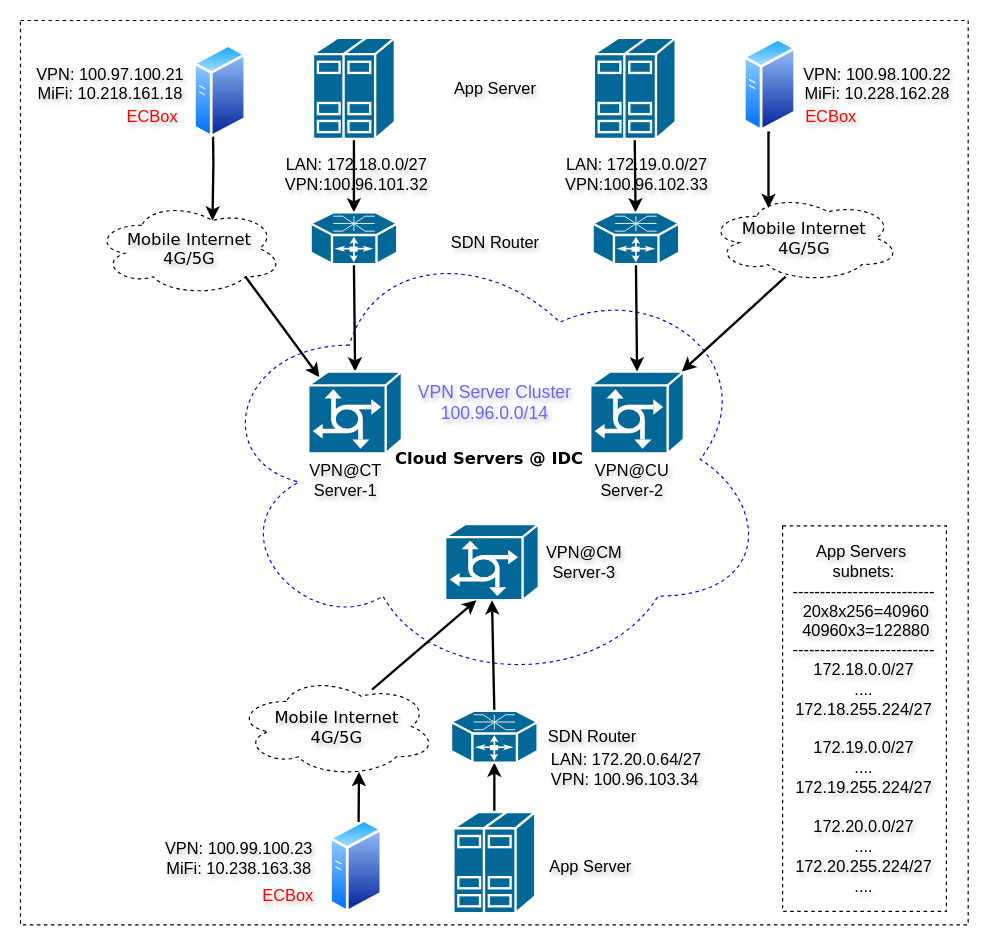
Earlier version of the draw.io diagram Untitled Diagram.drawio (nxtreaming/andy_study). Source tidied: cells renumbered, new cells numbered last; positions are measured from the earlier drawing's top-left corner, leaving out a move shared by most shapes. Both pictures are drawn from the tidied source at 117%, with x=0, y=0 at pixel (20, 20).
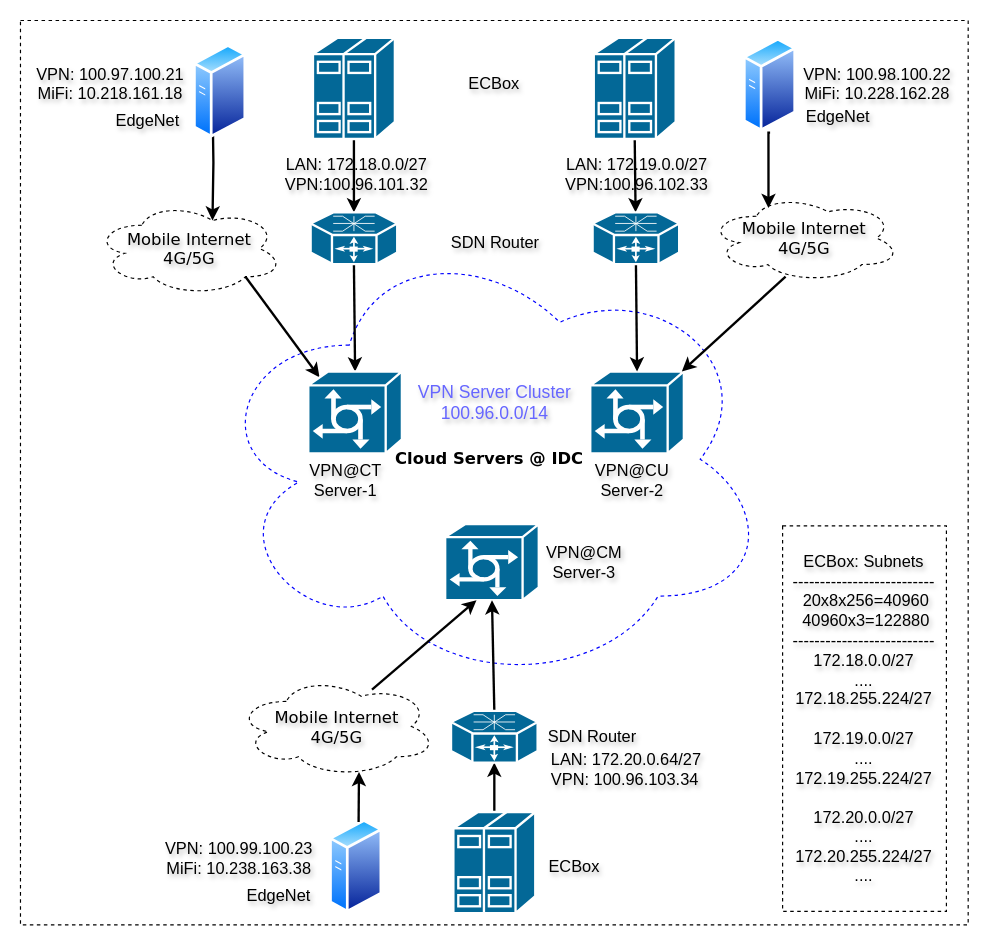
Above is the later version.

Change to the diagram source:
```diff
@@
-    <mxCell id="23" value="&lt;font style=&quot;font-size: 14px;&quot;&gt;App Server&lt;/font&gt;" style="text;strokeColor=none;align=center;fillColor=#FFFFFF;html=1;verticalAlign=middle;whiteSpace=wrap;rounded=0;textShadow=1;" parent="1" vertex="1">
-      <mxGeometry x="355.5" y="43" width="100" height="30" as="geometry" />
+    <mxCell id="23" value="&lt;font style=&quot;font-size: 14px;&quot;&gt;EdgeNet&lt;/font&gt;" style="text;strokeColor=none;align=center;fillColor=#FFFFFF;html=1;verticalAlign=middle;whiteSpace=wrap;rounded=0;textShadow=1;" parent="1" vertex="1">
+      <mxGeometry x="74" y="71.2" width="70" height="30" as="geometry" />
     </mxCell>
@@
-    <mxCell id="33" value="&lt;font style=&quot;font-size: 14px;&quot;&gt;App Server&lt;/font&gt;" style="text;strokeColor=none;align=center;fillColor=#FFFFFF;html=1;verticalAlign=middle;whiteSpace=wrap;rounded=0;textShadow=1;" parent="1" vertex="1">
-      <mxGeometry x="447" y="708" width="81" height="30" as="geometry" />
+    <mxCell id="33" value="&lt;font style=&quot;font-size: 14px;&quot;&gt;ECBox&lt;/font&gt;" style="text;strokeColor=none;align=center;fillColor=#FFFFFF;html=1;verticalAlign=middle;whiteSpace=wrap;rounded=0;textShadow=1;" parent="1" vertex="1">
+      <mxGeometry x="448" y="708" width="51" height="30" as="geometry" />
     </mxCell>
-    <mxCell id="34" value="&lt;div style=&quot;font-size: 14px;&quot;&gt;&lt;font style=&quot;font-size: 14px;&quot;&gt;&lt;span style=&quot;background-color: initial;&quot;&gt;App Servers&amp;nbsp;&lt;/span&gt;&lt;br&gt;&lt;/font&gt;&lt;/div&gt;&lt;div style=&quot;font-size: 14px;&quot;&gt;subnets:&lt;/div&gt;&lt;div style=&quot;font-size: 14px;&quot;&gt;&lt;font style=&quot;font-size: 14px;&quot;&gt;--------------------------&lt;/font&gt;&lt;/div&gt;&lt;div style=&quot;font-size: 14px;&quot;&gt;&lt;font style=&quot;font-size: 14px;&quot;&gt;&amp;nbsp;20x8x256=40960&lt;/font&gt;&lt;/div&gt;&lt;div style=&quot;font-size: 14px;&quot;&gt;&lt;font style=&quot;font-size: 14px;&quot;&gt;&amp;nbsp; 40960x3=12288&lt;/font&gt;&lt;span style=&quot;background-color: initial;&quot;&gt;0&amp;nbsp;&lt;/span&gt;&lt;/div&gt;&lt;div style=&quot;font-size: 14px;&quot;&gt;&lt;span style=&quot;background-color: initial;&quot;&gt;&lt;font style=&quot;font-size: 14px;&quot;&gt;--------------------------&lt;/font&gt;&lt;/span&gt;&lt;/div&gt;&lt;div style=&quot;font-size: 14px;&quot;&gt;&lt;span style=&quot;background-color: initial;&quot;&gt;&lt;font style=&quot;font-size: 14px;&quot;&gt;172.18.0.0/27&lt;/font&gt;&lt;/span&gt;&lt;/div&gt;&lt;div style=&quot;font-size: 14px;&quot;&gt;&lt;span style=&quot;background-color: initial;&quot;&gt;&lt;font style=&quot;font-size: 14px;&quot;&gt;....&lt;/font&gt;&lt;/span&gt;&lt;/div&gt;&lt;div style=&quot;font-size: 14px;&quot;&gt;&lt;span style=&quot;background-color: initial;&quot;&gt;&lt;font style=&quot;font-size: 14px;&quot;&gt;172.18.255.224/27&lt;/font&gt;&lt;/span&gt;&lt;/div&gt;&lt;div style=&quot;font-size: 14px;&quot;&gt;&lt;span style=&quot;background-color: initial;&quot;&gt;&lt;font style=&quot;font-size: 14px;&quot;&gt;&lt;br&gt;&lt;/font&gt;&lt;/span&gt;&lt;/div&gt;&lt;div style=&quot;font-size: 14px;&quot;&gt;&lt;span style=&quot;background-color: initial;&quot;&gt;&lt;font style=&quot;font-size: 14px;&quot;&gt;172.19.0.0/27&lt;/font&gt;&lt;/span&gt;&lt;/div&gt;&lt;div style=&quot;font-size: 14px;&quot;&gt;&lt;span style=&quot;background-color: initial;&quot;&gt;&lt;font style=&quot;font-size: 14px;&quot;&gt;....&lt;/font&gt;&lt;/span&gt;&lt;/div&gt;&lt;div style=&quot;font-size: 14px;&quot;&gt;&lt;span style=&quot;background-color: initial;&quot;&gt;&lt;font style=&quot;font-size: 14px;&quot;&gt;172.19.255.224/27&lt;/font&gt;&lt;/span&gt;&lt;/div&gt;&lt;div style=&quot;font-size: 14px;&quot;&gt;&lt;span style=&quot;background-color: initial;&quot;&gt;&lt;font style=&quot;font-size: 14px;&quot;&gt;&lt;br&gt;&lt;/font&gt;&lt;/span&gt;&lt;/div&gt;&lt;div style=&quot;font-size: 14px;&quot;&gt;&lt;font style=&quot;font-size: 14px;&quot;&gt;172.20.0.0/27&lt;/font&gt;&lt;/div&gt;&lt;div style=&quot;font-size: 14px;&quot;&gt;&lt;font style=&quot;font-size: 14px;&quot;&gt;....&lt;/font&gt;&lt;/div&gt;&lt;div style=&quot;font-size: 14px;&quot;&gt;&lt;font style=&quot;font-size: 14px;&quot;&gt;172.20.255.224/27&lt;/font&gt;&lt;/div&gt;&lt;div style=&quot;font-size: 14px;&quot;&gt;&lt;font style=&quot;font-size: 14px;&quot;&gt;....&lt;/font&gt;&lt;/div&gt;" style="whiteSpace=wrap;html=1;strokeColor=#000000;dashed=1;strokeWidth=1;textShadow=1;" parent="1" vertex="1">
+    <mxCell id="34" value="&lt;div style=&quot;font-size: 14px;&quot;&gt;&lt;font style=&quot;font-size: 14px;&quot;&gt;&lt;span style=&quot;background-color: initial;&quot;&gt;ECBox: S&lt;/span&gt;&lt;/font&gt;&lt;span style=&quot;background-color: initial;&quot;&gt;ubnets&lt;/span&gt;&lt;/div&gt;&lt;div style=&quot;font-size: 14px;&quot;&gt;&lt;font style=&quot;font-size: 14px;&quot;&gt;--------------------------&lt;/font&gt;&lt;/div&gt;&lt;div style=&quot;font-size: 14px;&quot;&gt;&lt;font style=&quot;font-size: 14px;&quot;&gt;&amp;nbsp;20x8x256=40960&lt;/font&gt;&lt;/div&gt;&lt;div style=&quot;font-size: 14px;&quot;&gt;&lt;font style=&quot;font-size: 14px;&quot;&gt;&amp;nbsp; 40960x3=12288&lt;/font&gt;&lt;span style=&quot;background-color: initial;&quot;&gt;0&amp;nbsp;&lt;/span&gt;&lt;/div&gt;&lt;div style=&quot;font-size: 14px;&quot;&gt;&lt;span style=&quot;background-color: initial;&quot;&gt;&lt;font style=&quot;font-size: 14px;&quot;&gt;--------------------------&lt;/font&gt;&lt;/span&gt;&lt;/div&gt;&lt;div style=&quot;font-size: 14px;&quot;&gt;&lt;span style=&quot;background-color: initial;&quot;&gt;&lt;font style=&quot;font-size: 14px;&quot;&gt;172.18.0.0/27&lt;/font&gt;&lt;/span&gt;&lt;/div&gt;&lt;div style=&quot;font-size: 14px;&quot;&gt;&lt;span style=&quot;background-color: initial;&quot;&gt;&lt;font style=&quot;font-size: 14px;&quot;&gt;....&lt;/font&gt;&lt;/span&gt;&lt;/div&gt;&lt;div style=&quot;font-size: 14px;&quot;&gt;&lt;span style=&quot;background-color: initial;&quot;&gt;&lt;font style=&quot;font-size: 14px;&quot;&gt;172.18.255.224/27&lt;/font&gt;&lt;/span&gt;&lt;/div&gt;&lt;div style=&quot;font-size: 14px;&quot;&gt;&lt;span style=&quot;background-color: initial;&quot;&gt;&lt;font style=&quot;font-size: 14px;&quot;&gt;&lt;br&gt;&lt;/font&gt;&lt;/span&gt;&lt;/div&gt;&lt;div style=&quot;font-size: 14px;&quot;&gt;&lt;span style=&quot;background-color: initial;&quot;&gt;&lt;font style=&quot;font-size: 14px;&quot;&gt;172.19.0.0/27&lt;/font&gt;&lt;/span&gt;&lt;/div&gt;&lt;div style=&quot;font-size: 14px;&quot;&gt;&lt;span style=&quot;background-color: initial;&quot;&gt;&lt;font style=&quot;font-size: 14px;&quot;&gt;....&lt;/font&gt;&lt;/span&gt;&lt;/div&gt;&lt;div style=&quot;font-size: 14px;&quot;&gt;&lt;span style=&quot;background-color: initial;&quot;&gt;&lt;font style=&quot;font-size: 14px;&quot;&gt;172.19.255.224/27&lt;/font&gt;&lt;/span&gt;&lt;/div&gt;&lt;div style=&quot;font-size: 14px;&quot;&gt;&lt;span style=&quot;background-color: initial;&quot;&gt;&lt;font style=&quot;font-size: 14px;&quot;&gt;&lt;br&gt;&lt;/font&gt;&lt;/span&gt;&lt;/div&gt;&lt;div style=&quot;font-size: 14px;&quot;&gt;&lt;font style=&quot;font-size: 14px;&quot;&gt;172.20.0.0/27&lt;/font&gt;&lt;/div&gt;&lt;div style=&quot;font-size: 14px;&quot;&gt;&lt;font style=&quot;font-size: 14px;&quot;&gt;....&lt;/font&gt;&lt;/div&gt;&lt;div style=&quot;font-size: 14px;&quot;&gt;&lt;font style=&quot;font-size: 14px;&quot;&gt;172.20.255.224/27&lt;/font&gt;&lt;/div&gt;&lt;div style=&quot;font-size: 14px;&quot;&gt;&lt;font style=&quot;font-size: 14px;&quot;&gt;....&lt;/font&gt;&lt;/div&gt;" style="whiteSpace=wrap;html=1;strokeColor=#000000;dashed=1;strokeWidth=1;textShadow=1;" parent="1" vertex="1">
       <mxGeometry x="651.4" y="432" width="140" height="329.5" as="geometry" />
     </mxCell>
@@
-    <mxCell id="42" value="&lt;font color=&quot;#ff0000&quot; style=&quot;font-size: 14px;&quot;&gt;ECBox&lt;/font&gt;" style="text;strokeColor=none;align=center;fillColor=none;html=1;verticalAlign=middle;whiteSpace=wrap;rounded=0;textShadow=1;" parent="1" vertex="1">
-      <mxGeometry x="83" y="69.2" width="60" height="26.5" as="geometry" />
+    <mxCell id="42" value="&lt;font style=&quot;font-size: 14px;&quot;&gt;ECBox&lt;/font&gt;" style="text;strokeColor=none;align=center;fillColor=none;html=1;verticalAlign=middle;whiteSpace=wrap;rounded=0;textShadow=1;" parent="1" vertex="1">
+      <mxGeometry x="375" y="40.8" width="60" height="26.5" as="geometry" />
     </mxCell>
-    <mxCell id="43" value="&lt;font color=&quot;#ff0000&quot; style=&quot;font-size: 14px;&quot;&gt;ECBox&lt;/font&gt;" style="text;strokeColor=none;align=center;fillColor=none;html=1;verticalAlign=middle;whiteSpace=wrap;rounded=0;textShadow=1;" parent="1" vertex="1">
-      <mxGeometry x="198.5" y="735" width="60" height="26.5" as="geometry" />
+    <mxCell id="43" value="&lt;font style=&quot;font-size: 14px;&quot;&gt;EdgeNet&lt;/font&gt;" style="text;strokeColor=none;align=center;fillColor=none;html=1;verticalAlign=middle;whiteSpace=wrap;rounded=0;textShadow=1;" parent="1" vertex="1">
+      <mxGeometry x="190.5" y="735" width="60" height="26.5" as="geometry" />
     </mxCell>
-    <mxCell id="44" value="&lt;font color=&quot;#ff0000&quot; style=&quot;font-size: 14px;&quot;&gt;ECBox&lt;/font&gt;" style="text;strokeColor=none;align=center;fillColor=none;html=1;verticalAlign=middle;whiteSpace=wrap;rounded=0;textShadow=1;" parent="1" vertex="1">
-      <mxGeometry x="663.4" y="69.2" width="60" height="26.5" as="geometry" />
+    <mxCell id="44" value="&lt;font style=&quot;font-size: 14px;&quot;&gt;EdgeNet&lt;/font&gt;" style="text;strokeColor=none;align=center;fillColor=none;html=1;verticalAlign=middle;whiteSpace=wrap;rounded=0;textShadow=1;" parent="1" vertex="1">
+      <mxGeometry x="669.4" y="69.2" width="60" height="26.5" as="geometry" />
     </mxCell>
```
